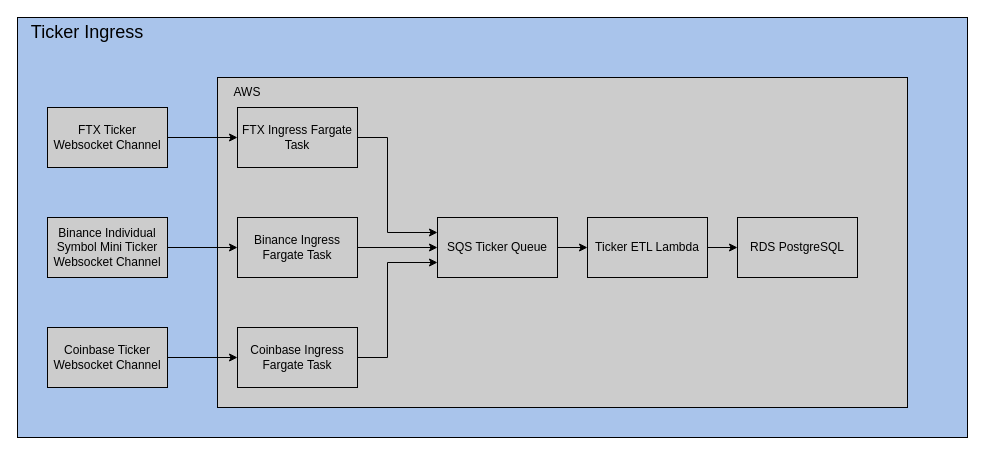
dtrodger/Plutus keeps this draw.io diagram as docs/Plutus.drawio. Above is the earlier version. Source tidied: cells renumbered, new cells numbered last; positions are measured from the earlier drawing's top-left corner, leaving out a move shared by most shapes. Both pictures are drawn from the tidied source at 100%, with x=0, y=0 at pixel (17, 17).
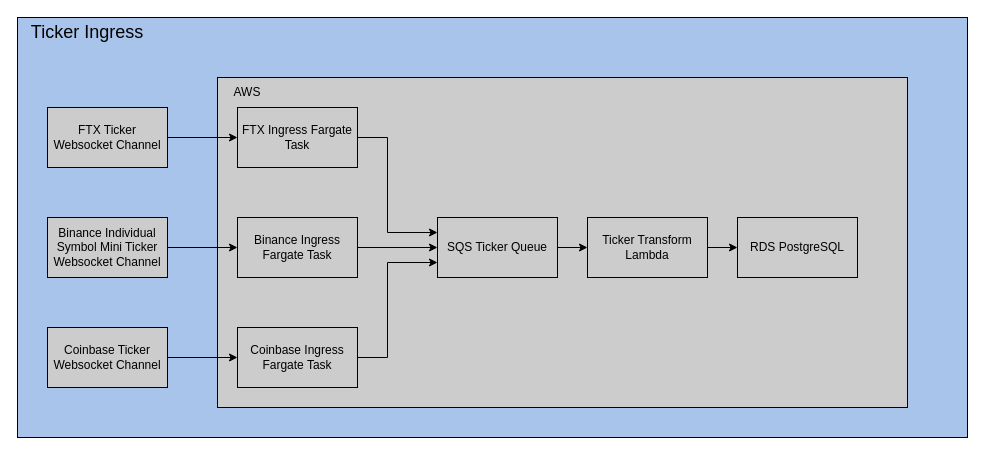
The same diagram, later.

Change to the diagram source:
```diff
@@
-    <mxCell id="18" value="Ticker ETL Lambda" style="rounded=0;whiteSpace=wrap;html=1;strokeColor=#000000;fillColor=#CCCCCC;" parent="1" vertex="1">
+    <mxCell id="18" value="Ticker Transform Lambda" style="rounded=0;whiteSpace=wrap;html=1;strokeColor=#000000;fillColor=#CCCCCC;" parent="1" vertex="1">
       <mxGeometry x="570" y="200" width="120" height="60" as="geometry" />
     </mxCell>
```
